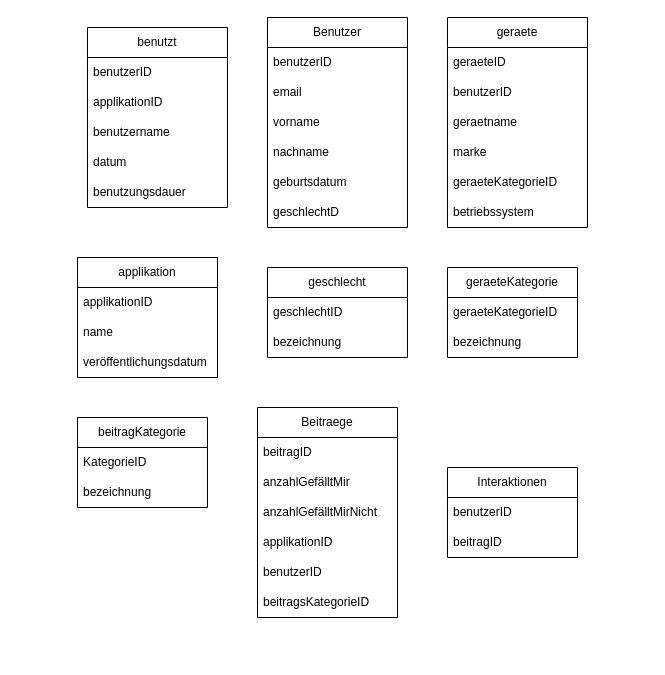
Above: Unbenanntes Diagramm.drawio in elifefe/neu (draw.io), before the change. Source tidied: cells renumbered, new cells numbered last; positions are measured from the earlier drawing's top-left corner, leaving out a move shared by most shapes. Both pictures are drawn from the tidied source at 100%, with x=0, y=0 at pixel (77, 17).
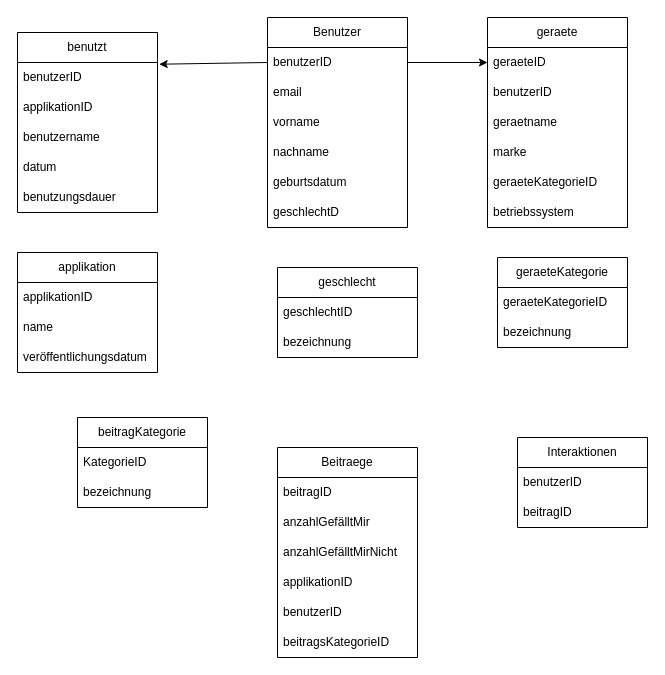
After the change.

The change refers to these unchanged cells:
```xml
<mxCell id="3" value="benutzerID&amp;nbsp;" style="text;strokeColor=none;fillColor=none;align=left;verticalAlign=middle;spacingLeft=4;spacingRight=4;overflow=hidden;points=[[0,0.5],[1,0.5]];portConstraint=eastwest;whiteSpace=wrap;html=1;" parent="2" vertex="1">
  <mxGeometry y="30" width="140" height="30" as="geometry" />
</mxCell>
<mxCell id="9" value="benutzerID&amp;nbsp;" style="text;strokeColor=none;fillColor=none;align=left;verticalAlign=middle;spacingLeft=4;spacingRight=4;overflow=hidden;points=[[0,0.5],[1,0.5]];portConstraint=eastwest;whiteSpace=wrap;html=1;" parent="8" vertex="1">
  <mxGeometry y="30" width="140" height="30" as="geometry" />
</mxCell>
<mxCell id="29" value="geraeteID" style="text;strokeColor=none;fillColor=none;align=left;verticalAlign=middle;spacingLeft=4;spacingRight=4;overflow=hidden;points=[[0,0.5],[1,0.5]];portConstraint=eastwest;whiteSpace=wrap;html=1;" parent="28" vertex="1">
  <mxGeometry y="30" width="140" height="30" as="geometry" />
</mxCell>
```

What changed in the source:
```diff
@@
     <mxCell id="2" value="benutzt" style="swimlane;fontStyle=0;horizontal=1;startSize=30;whiteSpace=wrap;html=1;" parent="1" vertex="1">
-      <mxGeometry x="10" y="10" width="140" height="180" as="geometry" />
+      <mxGeometry x="-60" y="15" width="140" height="180" as="geometry" />
     </mxCell>
@@
     <mxCell id="15" value="geschlecht" style="swimlane;fontStyle=0;horizontal=1;startSize=30;whiteSpace=wrap;html=1;" parent="1" vertex="1">
-      <mxGeometry x="190" y="250" width="140" height="90" as="geometry" />
+      <mxGeometry x="200" y="250" width="140" height="90" as="geometry" />
     </mxCell>
@@
     <mxCell id="18" value="applikation" style="swimlane;fontStyle=0;horizontal=1;startSize=30;whiteSpace=wrap;html=1;" parent="1" vertex="1">
-      <mxGeometry y="240" width="140" height="120" as="geometry" />
+      <mxGeometry x="-60" y="235" width="140" height="120" as="geometry" />
     </mxCell>
@@
     <mxCell id="22" value="geraeteKategorie" style="swimlane;fontStyle=0;horizontal=1;startSize=30;whiteSpace=wrap;html=1;" parent="1" vertex="1">
-      <mxGeometry x="370" y="250" width="130" height="90" as="geometry" />
+      <mxGeometry x="420" y="240" width="130" height="90" as="geometry" />
     </mxCell>
@@
     <mxCell id="28" value="geraete" style="swimlane;fontStyle=0;horizontal=1;startSize=30;whiteSpace=wrap;html=1;" parent="1" vertex="1">
-      <mxGeometry x="370" width="140" height="210" as="geometry" />
+      <mxGeometry x="410" width="140" height="210" as="geometry" />
     </mxCell>
@@
     <mxCell id="35" value="Beitraege" style="swimlane;fontStyle=0;horizontal=1;startSize=30;whiteSpace=wrap;html=1;" parent="1" vertex="1">
-      <mxGeometry x="180" y="390" width="140" height="210" as="geometry" />
+      <mxGeometry x="200" y="430" width="140" height="210" as="geometry" />
     </mxCell>
@@
     <mxCell id="42" value="Interaktionen" style="swimlane;fontStyle=0;horizontal=1;startSize=30;whiteSpace=wrap;html=1;" parent="1" vertex="1">
-      <mxGeometry x="370" y="450" width="130" height="90" as="geometry" />
+      <mxGeometry x="440" y="420" width="130" height="90" as="geometry" />
     </mxCell>
@@
+    <mxCell id="45" style="rounded=0;jettySize=auto;html=1;exitX=0;exitY=0.5;exitDx=0;exitDy=0;entryX=1.012;entryY=0.057;entryDx=0;entryDy=0;entryPerimeter=0;" parent="1" edge="1" source="9" target="3">
+      <mxGeometry relative="1" as="geometry" />
+    </mxCell>
+    <mxCell id="46" style="edgeStyle=orthogonalEdgeStyle;rounded=0;jettySize=auto;html=1;exitX=1;exitY=0.5;exitDx=0;exitDy=0;entryX=0;entryY=0.5;entryDx=0;entryDy=0;" parent="1" edge="1" source="9" target="29">
+      <mxGeometry relative="1" as="geometry" />
+    </mxCell>
```
